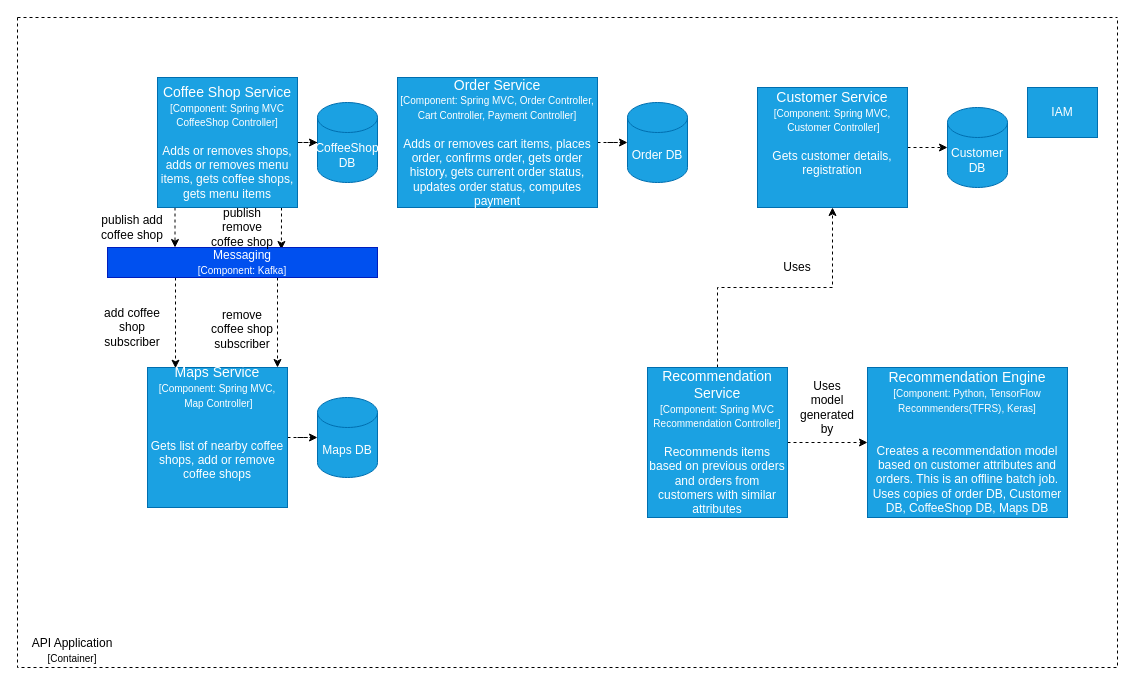
Before: API Application - Component Diagram.drawio in dinesh-i/uber-coffee-shops, a draw.io diagram. Source tidied: cells renumbered, new cells numbered last; positions are measured from the earlier drawing's top-left corner, leaving out a move shared by most shapes. Both pictures are drawn from the tidied source at 100%, with x=0, y=0 at pixel (17, 17).
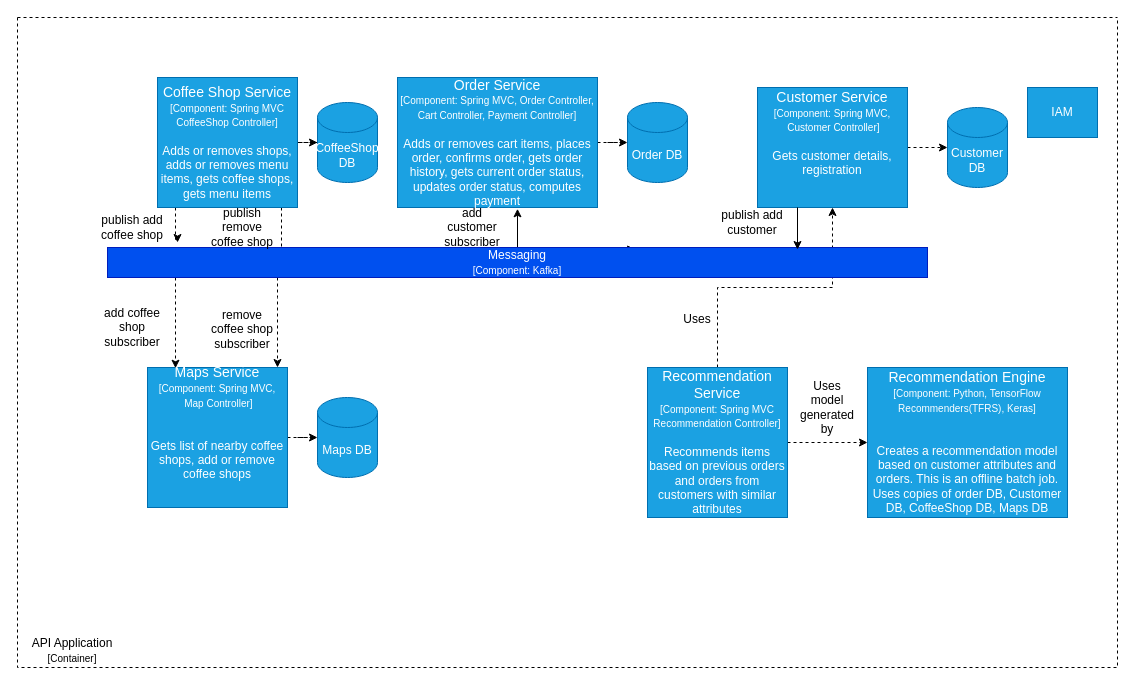
The same diagram, later.

Unchanged cells that the change refers to:
```xml
<mxCell id="2" style="swimlane;startSize=0;dashed=1;" parent="1" vertex="1">
  <mxGeometry width="1100" height="650" as="geometry" />
</mxCell>
<mxCell id="7" value="&lt;font&gt;&lt;font style=&quot;font-size: 14px&quot;&gt;Coffee Shop Service&lt;/font&gt;&lt;br&gt;&lt;/font&gt;&lt;font style=&quot;font-size: 10px&quot;&gt;[Component: Spring MVC CoffeeShop Controller]&lt;br&gt;&lt;/font&gt;&lt;font style=&quot;font-size: 12px&quot;&gt;&lt;br&gt;Adds or removes shops, adds or removes menu items, gets coffee shops, gets menu items&lt;/font&gt;" style="rounded=0;whiteSpace=wrap;html=1;fillColor=#1ba1e2;strokeColor=#006EAF;fontColor=#ffffff;" parent="2" vertex="1">
  <mxGeometry x="140" y="60" width="140" height="130" as="geometry" />
</mxCell>
<mxCell id="9" value="&lt;font&gt;&lt;font style=&quot;font-size: 14px&quot;&gt;Order Service&lt;/font&gt;&lt;br&gt;&lt;/font&gt;&lt;font style=&quot;font-size: 10px&quot;&gt;[Component: Spring MVC, Order Controller, &lt;br&gt;Cart Controller, Payment Controller]&lt;br&gt;&lt;/font&gt;&lt;font style=&quot;font-size: 12px&quot;&gt;&lt;br&gt;Adds or removes cart items, places order, confirms order, gets order history, gets current order status, updates order status, computes payment&lt;/font&gt;" style="rounded=0;whiteSpace=wrap;html=1;fillColor=#1ba1e2;strokeColor=#006EAF;fontColor=#ffffff;" parent="2" vertex="1">
  <mxGeometry x="380" y="60" width="200" height="130" as="geometry" />
</mxCell>
<mxCell id="17" value="&lt;font&gt;&lt;font style=&quot;font-size: 14px&quot;&gt;Customer Service&lt;/font&gt;&lt;br&gt;&lt;/font&gt;&lt;font style=&quot;font-size: 10px&quot;&gt;[Component: Spring MVC,&lt;br&gt;&amp;nbsp;Customer Controller]&lt;br&gt;&lt;/font&gt;&lt;font style=&quot;font-size: 12px&quot;&gt;&lt;br&gt;Gets customer details, registration&lt;br&gt;&lt;br&gt;&lt;br&gt;&lt;/font&gt;" style="rounded=0;whiteSpace=wrap;html=1;fillColor=#1ba1e2;strokeColor=#006EAF;fontColor=#ffffff;" parent="2" vertex="1">
  <mxGeometry x="740" y="70" width="150" height="120" as="geometry" />
</mxCell>
```

Diff of the diagram source:
```diff
@@
-    <mxCell id="4" style="edgeStyle=orthogonalEdgeStyle;rounded=0;jettySize=auto;html=1;entryX=0.25;entryY=0;entryDx=0;entryDy=0;dashed=1;" parent="2" edge="1" source="7" target="22">
+    <mxCell id="4" style="edgeStyle=orthogonalEdgeStyle;rounded=0;jettySize=auto;html=1;dashed=1;" parent="2" edge="1" source="7">
       <mxGeometry relative="1" as="geometry">
+        <mxPoint x="160" y="225" as="targetPoint" />
         <Array as="points">
-          <mxPoint x="158" y="210" />
+          <mxPoint x="158" y="222" />
+          <mxPoint x="160" y="222" />
         </Array>
       </mxGeometry>
     </mxCell>
@@
     <mxCell id="18" value="Uses" style="text;html=1;strokeColor=none;fillColor=none;align=center;verticalAlign=middle;whiteSpace=wrap;rounded=0;" parent="2" vertex="1">
-      <mxGeometry x="760" y="240" width="40" height="20" as="geometry" />
+      <mxGeometry x="660" y="292" width="40" height="20" as="geometry" />
     </mxCell>
@@
+    <mxCell id="32" style="edgeStyle=orthogonalEdgeStyle;rounded=0;jettySize=auto;html=1;entryX=0.6;entryY=1.01;entryDx=0;entryDy=0;entryPerimeter=0;" parent="2" edge="1" source="22" target="9">
+      <mxGeometry relative="1" as="geometry" />
+    </mxCell>
     <mxCell id="22" value="Messaging&lt;br&gt;&lt;font style=&quot;font-size: 10px&quot;&gt;[Component: Kafka]&lt;/font&gt;" style="rounded=0;whiteSpace=wrap;html=1;fillColor=#0050ef;strokeColor=#001DBC;fontColor=#ffffff;" parent="2" vertex="1">
-      <mxGeometry x="90" y="230" width="270" height="30" as="geometry" />
+      <mxGeometry x="90" y="230" width="820" height="30" as="geometry" />
     </mxCell>
@@
+    <mxCell id="33" value="publish add customer" style="text;html=1;strokeColor=none;fillColor=none;align=center;verticalAlign=middle;whiteSpace=wrap;rounded=0;" parent="2" vertex="1">
+      <mxGeometry x="700" y="190" width="70" height="30" as="geometry" />
+    </mxCell>
+    <mxCell id="34" value="add customer&lt;br&gt;subscriber" style="text;html=1;strokeColor=none;fillColor=none;align=center;verticalAlign=middle;whiteSpace=wrap;rounded=0;" parent="2" vertex="1">
+      <mxGeometry x="420" y="200" width="70" height="20" as="geometry" />
+    </mxCell>
@@
+    <mxCell id="35" style="edgeStyle=orthogonalEdgeStyle;rounded=0;jettySize=auto;html=1;" parent="1" edge="1" source="17">
+      <mxGeometry relative="1" as="geometry">
+        <mxPoint x="780" y="232" as="targetPoint" />
+        <Array as="points">
+          <mxPoint x="780" y="232" />
+        </Array>
+      </mxGeometry>
+    </mxCell>
```
